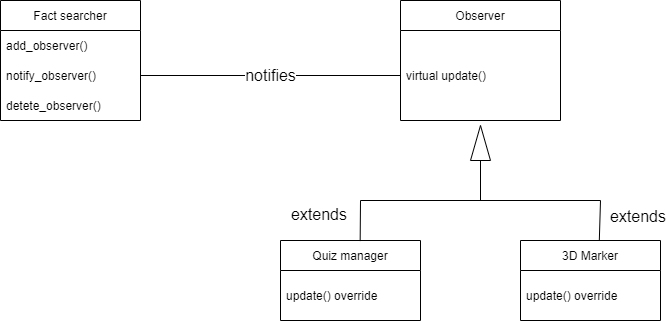
Earlier version of the draw.io export Task12/observer.png (randomunrandom/corona_travel). Source tidied: cells renumbered, new cells last; positions are measured from the earlier drawing's top-left corner, leaving out a move shared by most shapes. Its diagram source:
```xml
<mxGraphModel>
  <root>
    <mxCell id="0" />
    <mxCell id="1" parent="0" />
    <mxCell id="2" value="Fact searcher" style="swimlane;fontStyle=0;horizontal=1;startSize=30;" parent="1" vertex="1">
      <mxGeometry width="140" height="120" as="geometry" />
    </mxCell>
    <mxCell id="3" value="add_observer()" style="text;strokeColor=none;fillColor=none;align=left;verticalAlign=middle;spacingLeft=4;spacingRight=4;overflow=hidden;" parent="2" vertex="1">
      <mxGeometry y="30" width="140" height="30" as="geometry" />
    </mxCell>
    <mxCell id="4" value="notify_observer()" style="text;strokeColor=none;fillColor=none;align=left;verticalAlign=middle;spacingLeft=4;spacingRight=4;overflow=hidden;points=[[0,0.5],[1,0.5]];portConstraint=eastwest;" parent="2" vertex="1">
      <mxGeometry y="60" width="140" height="30" as="geometry" />
    </mxCell>
    <mxCell id="5" value="detete_observer()" style="text;strokeColor=none;fillColor=none;align=left;verticalAlign=middle;spacingLeft=4;spacingRight=4;overflow=hidden;" parent="2" vertex="1">
      <mxGeometry y="90" width="140" height="30" as="geometry" />
    </mxCell>
    <mxCell id="6" value="Observer" style="swimlane;fontStyle=0;horizontal=1;startSize=30;" parent="1" vertex="1">
      <mxGeometry x="400" width="160" height="120" as="geometry" />
    </mxCell>
    <mxCell id="7" value="virtual update()" style="text;strokeColor=none;fillColor=none;align=left;verticalAlign=middle;spacingLeft=4;spacingRight=4;overflow=hidden;points=[[0,0.5],[1,0.5]];portConstraint=eastwest;" parent="6" vertex="1">
      <mxGeometry y="30" width="160" height="90" as="geometry" />
    </mxCell>
    <mxCell id="8" value="Quiz manager" style="swimlane;fontStyle=0;horizontal=1;startSize=30;" parent="1" vertex="1">
      <mxGeometry x="280" y="240" width="140" height="80" as="geometry" />
    </mxCell>
    <mxCell id="9" value="update() override" style="text;strokeColor=none;fillColor=none;align=left;verticalAlign=middle;spacingLeft=4;spacingRight=4;overflow=hidden;" parent="8" vertex="1">
      <mxGeometry y="30" width="140" height="50" as="geometry" />
    </mxCell>
    <mxCell id="10" value="3D Marker" style="swimlane;fontStyle=0;horizontal=1;startSize=30;" parent="1" vertex="1">
      <mxGeometry x="520" y="240" width="140" height="80" as="geometry" />
    </mxCell>
    <mxCell id="11" value="update() override" style="text;strokeColor=none;fillColor=none;align=left;verticalAlign=middle;spacingLeft=4;spacingRight=4;overflow=hidden;" parent="10" vertex="1">
      <mxGeometry y="30" width="140" height="50" as="geometry" />
    </mxCell>
    <mxCell id="12" style="triangle;whiteSpace=wrap;html=1;rotation=-90;" parent="1" vertex="1">
      <mxGeometry x="462.5" y="132.5" width="35" height="20" as="geometry" />
    </mxCell>
    <mxCell id="13" style="endArrow=none;html=1;rounded=0;" parent="1" edge="1">
      <mxGeometry relative="1" as="geometry">
        <mxPoint x="480" y="200" as="sourcePoint" />
        <mxPoint x="480" y="160" as="targetPoint" />
      </mxGeometry>
    </mxCell>
    <mxCell id="14" style="endArrow=none;html=1;rounded=0;" parent="1" edge="1">
      <mxGeometry relative="1" as="geometry">
        <mxPoint x="360" y="200" as="sourcePoint" />
        <mxPoint x="600" y="200" as="targetPoint" />
      </mxGeometry>
    </mxCell>
    <mxCell id="15" style="endArrow=none;html=1;rounded=0;exitX=0.569;exitY=0.007;exitDx=0;exitDy=0;exitPerimeter=0;" parent="1" edge="1" source="8">
      <mxGeometry relative="1" as="geometry">
        <mxPoint x="360" y="200" as="targetPoint" />
      </mxGeometry>
    </mxCell>
    <mxCell id="16" style="endArrow=none;html=1;rounded=0;exitX=0.563;exitY=-0.003;exitDx=0;exitDy=0;exitPerimeter=0;" parent="1" edge="1" source="10">
      <mxGeometry relative="1" as="geometry">
        <mxPoint x="600" y="200" as="targetPoint" />
      </mxGeometry>
    </mxCell>
    <mxCell id="17" value="&lt;font style=&quot;font-size: 16px&quot;&gt;notifies&lt;/font&gt;" style="endArrow=none;html=1;rounded=0;exitX=1;exitY=0.5;exitDx=0;exitDy=0;entryX=0;entryY=0.5;entryDx=0;entryDy=0;" parent="1" edge="1" source="4" target="7">
      <mxGeometry relative="1" as="geometry" />
    </mxCell>
    <mxCell id="18" value="extends" style="text;html=1;strokeColor=none;fillColor=none;align=center;verticalAlign=middle;whiteSpace=wrap;rounded=0;fontSize=16;" parent="1" vertex="1">
      <mxGeometry x="289" y="199" width="60" height="30" as="geometry" />
    </mxCell>
    <mxCell id="19" value="extends" style="text;html=1;strokeColor=none;fillColor=none;align=center;verticalAlign=middle;whiteSpace=wrap;rounded=0;fontSize=16;" parent="1" vertex="1">
      <mxGeometry x="608" y="201" width="60" height="30" as="geometry" />
    </mxCell>
  </root>
</mxGraphModel>
```
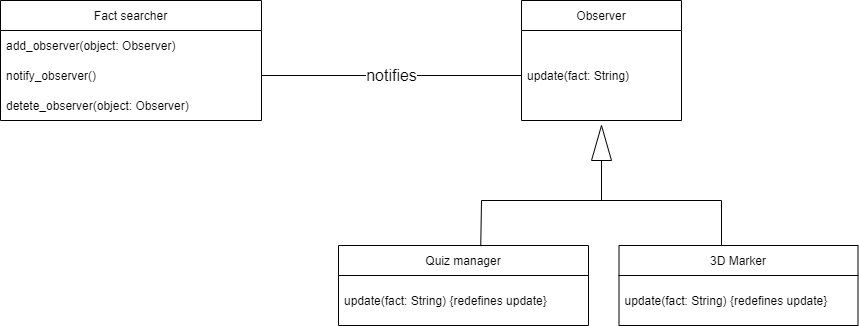
Later version of the same file.

Commit message:
Design cases updated

The edit, as a diff of the source:
```diff
@@ -3,34 +3,34 @@
     <mxCell id="0" />
     <mxCell id="1" parent="0" />
     <mxCell id="2" value="Fact searcher" style="swimlane;fontStyle=0;horizontal=1;startSize=30;" parent="1" vertex="1">
-      <mxGeometry width="140" height="120" as="geometry" />
+      <mxGeometry x="-121" width="261" height="120" as="geometry" />
     </mxCell>
-    <mxCell id="3" value="add_observer()" style="text;strokeColor=none;fillColor=none;align=left;verticalAlign=middle;spacingLeft=4;spacingRight=4;overflow=hidden;" parent="2" vertex="1">
-      <mxGeometry y="30" width="140" height="30" as="geometry" />
+    <mxCell id="3" value="add_observer(object: Observer)" style="text;strokeColor=none;fillColor=none;align=left;verticalAlign=middle;spacingLeft=4;spacingRight=4;overflow=hidden;" parent="2" vertex="1">
+      <mxGeometry y="30" width="261" height="30" as="geometry" />
     </mxCell>
     <mxCell id="4" value="notify_observer()" style="text;strokeColor=none;fillColor=none;align=left;verticalAlign=middle;spacingLeft=4;spacingRight=4;overflow=hidden;points=[[0,0.5],[1,0.5]];portConstraint=eastwest;" parent="2" vertex="1">
-      <mxGeometry y="60" width="140" height="30" as="geometry" />
+      <mxGeometry y="60" width="261" height="30" as="geometry" />
     </mxCell>
-    <mxCell id="5" value="detete_observer()" style="text;strokeColor=none;fillColor=none;align=left;verticalAlign=middle;spacingLeft=4;spacingRight=4;overflow=hidden;" parent="2" vertex="1">
-      <mxGeometry y="90" width="140" height="30" as="geometry" />
+    <mxCell id="5" value="detete_observer(object: Observer)" style="text;strokeColor=none;fillColor=none;align=left;verticalAlign=middle;spacingLeft=4;spacingRight=4;overflow=hidden;" parent="2" vertex="1">
+      <mxGeometry y="90" width="261" height="30" as="geometry" />
     </mxCell>
     <mxCell id="6" value="Observer" style="swimlane;fontStyle=0;horizontal=1;startSize=30;" parent="1" vertex="1">
       <mxGeometry x="400" width="160" height="120" as="geometry" />
     </mxCell>
-    <mxCell id="7" value="virtual update()" style="text;strokeColor=none;fillColor=none;align=left;verticalAlign=middle;spacingLeft=4;spacingRight=4;overflow=hidden;points=[[0,0.5],[1,0.5]];portConstraint=eastwest;" parent="6" vertex="1">
+    <mxCell id="7" value="update(fact: String)" style="text;strokeColor=none;fillColor=none;align=left;verticalAlign=middle;spacingLeft=4;spacingRight=4;overflow=hidden;points=[[0,0.5],[1,0.5]];portConstraint=eastwest;" parent="6" vertex="1">
       <mxGeometry y="30" width="160" height="90" as="geometry" />
     </mxCell>
     <mxCell id="8" value="Quiz manager" style="swimlane;fontStyle=0;horizontal=1;startSize=30;" parent="1" vertex="1">
-      <mxGeometry x="280" y="240" width="140" height="80" as="geometry" />
+      <mxGeometry x="217" y="245" width="250" height="80" as="geometry" />
     </mxCell>
-    <mxCell id="9" value="update() override" style="text;strokeColor=none;fillColor=none;align=left;verticalAlign=middle;spacingLeft=4;spacingRight=4;overflow=hidden;" parent="8" vertex="1">
-      <mxGeometry y="30" width="140" height="50" as="geometry" />
+    <mxCell id="9" value="update(fact: String) {redefines update}" style="text;strokeColor=none;fillColor=none;align=left;verticalAlign=middle;spacingLeft=4;spacingRight=4;overflow=hidden;" parent="8" vertex="1">
+      <mxGeometry y="30" width="250" height="50" as="geometry" />
     </mxCell>
     <mxCell id="10" value="3D Marker" style="swimlane;fontStyle=0;horizontal=1;startSize=30;" parent="1" vertex="1">
-      <mxGeometry x="520" y="240" width="140" height="80" as="geometry" />
+      <mxGeometry x="497.5" y="245" width="239" height="80" as="geometry" />
     </mxCell>
-    <mxCell id="11" value="update() override" style="text;strokeColor=none;fillColor=none;align=left;verticalAlign=middle;spacingLeft=4;spacingRight=4;overflow=hidden;" parent="10" vertex="1">
-      <mxGeometry y="30" width="140" height="50" as="geometry" />
+    <mxCell id="11" value="update(fact: String) {redefines update}" style="text;strokeColor=none;fillColor=none;align=left;verticalAlign=middle;spacingLeft=4;spacingRight=4;overflow=hidden;" parent="10" vertex="1">
+      <mxGeometry y="30" width="239" height="50" as="geometry" />
     </mxCell>
     <mxCell id="12" style="triangle;whiteSpace=wrap;html=1;rotation=-90;" parent="1" vertex="1">
       <mxGeometry x="462.5" y="132.5" width="35" height="20" as="geometry" />
@@ -52,19 +52,14 @@
         <mxPoint x="360" y="200" as="targetPoint" />
       </mxGeometry>
     </mxCell>
-    <mxCell id="16" style="endArrow=none;html=1;rounded=0;exitX=0.563;exitY=-0.003;exitDx=0;exitDy=0;exitPerimeter=0;" parent="1" edge="1" source="10">
+    <mxCell id="16" style="endArrow=none;html=1;rounded=0;" parent="1" edge="1">
       <mxGeometry relative="1" as="geometry">
+        <mxPoint x="600" y="245" as="sourcePoint" />
         <mxPoint x="600" y="200" as="targetPoint" />
       </mxGeometry>
     </mxCell>
     <mxCell id="17" value="&lt;font style=&quot;font-size: 16px&quot;&gt;notifies&lt;/font&gt;" style="endArrow=none;html=1;rounded=0;exitX=1;exitY=0.5;exitDx=0;exitDy=0;entryX=0;entryY=0.5;entryDx=0;entryDy=0;" parent="1" edge="1" source="4" target="7">
       <mxGeometry relative="1" as="geometry" />
     </mxCell>
-    <mxCell id="18" value="extends" style="text;html=1;strokeColor=none;fillColor=none;align=center;verticalAlign=middle;whiteSpace=wrap;rounded=0;fontSize=16;" parent="1" vertex="1">
-      <mxGeometry x="289" y="199" width="60" height="30" as="geometry" />
-    </mxCell>
-    <mxCell id="19" value="extends" style="text;html=1;strokeColor=none;fillColor=none;align=center;verticalAlign=middle;whiteSpace=wrap;rounded=0;fontSize=16;" parent="1" vertex="1">
-      <mxGeometry x="608" y="201" width="60" height="30" as="geometry" />
-    </mxCell>
   </root>
 </mxGraphModel>
```
